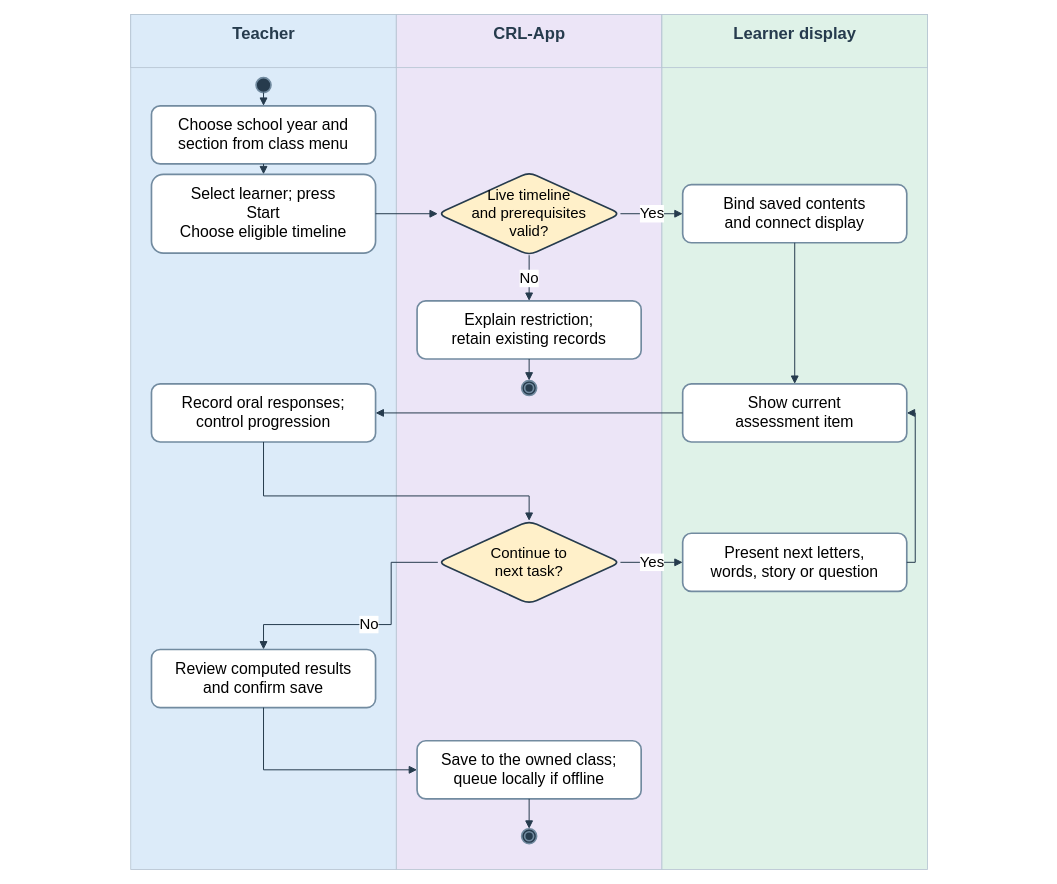
Above: docs/diagrams/class-workspaces/figure-08-assessment.drawio in AkuSayangKamuJudaSayang/crl-app (draw.io), before the change. Source tidied: cells renumbered, new cells numbered last; positions are measured from the earlier drawing's top-left corner, leaving out a move shared by most shapes. Both pictures are drawn from the tidied source at 83%, with x=0, y=0 at pixel (14, 14).
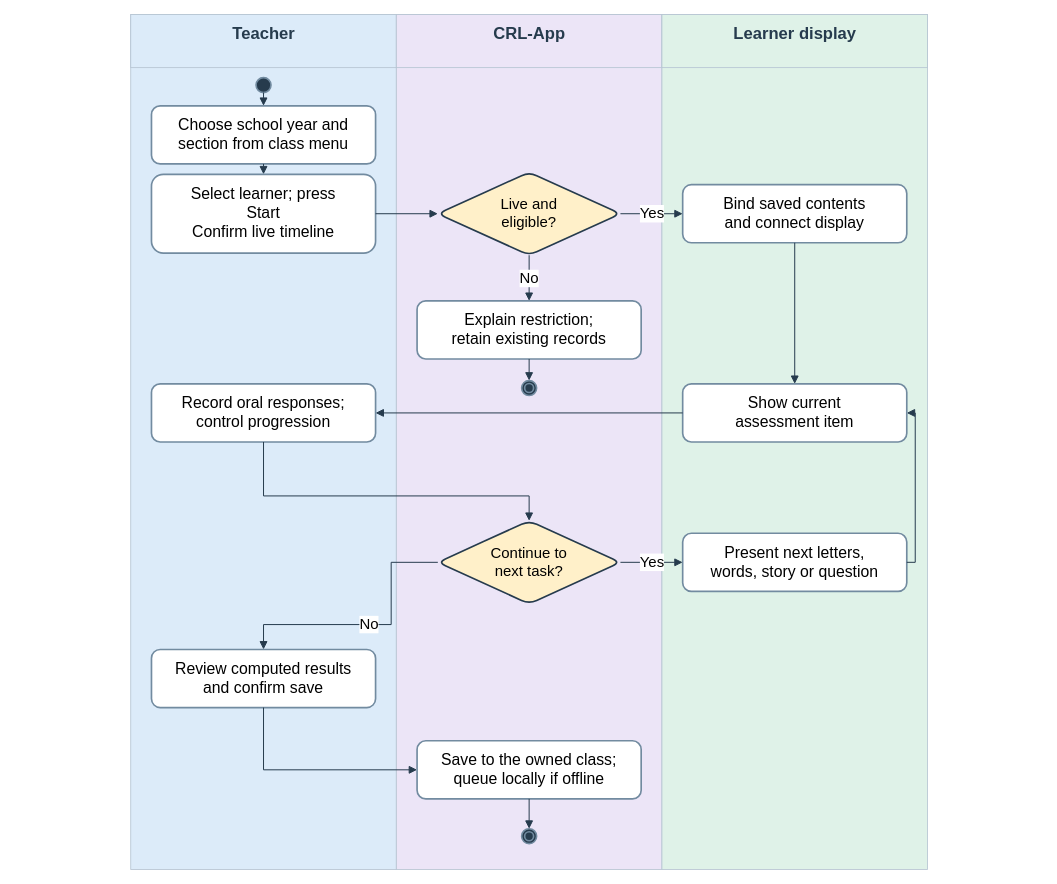
The same diagram, later.

The edit, as a diff of the source:
```diff
@@
-    <mxCell id="13" value="Select learner; press&lt;br&gt;Start&lt;br&gt;Choose eligible timeline" style="rounded=1;whiteSpace=wrap;html=1;fontFamily=Arial;fillColor=#ffffff;strokeColor=#728ba0;strokeWidth=2;fontSize=19;" parent="1" vertex="1">
+    <mxCell id="13" value="Select learner; press&lt;br&gt;Start&lt;br&gt;Confirm live timeline" style="rounded=1;whiteSpace=wrap;html=1;fontFamily=Arial;fillColor=#ffffff;strokeColor=#728ba0;strokeWidth=2;fontSize=19;" parent="1" vertex="1">
       <mxGeometry x="165" y="192.5" width="270" height="95" as="geometry" />
     </mxCell>
-    <mxCell id="14" value="Live timeline&lt;br&gt;and prerequisites&lt;br&gt;valid?" style="rounded=1;whiteSpace=wrap;html=1;fontFamily=Arial;fillColor=#ffffff;strokeColor=#728ba0;strokeWidth=2;fontSize=19;shape=rhombus;strokeColor=#263b4d;fillColor=#fff0c9;fontSize=18;" parent="1" vertex="1">
+    <mxCell id="14" value="Live and&lt;br&gt;eligible?" style="rounded=1;whiteSpace=wrap;html=1;fontFamily=Arial;fillColor=#ffffff;strokeColor=#728ba0;strokeWidth=2;fontSize=19;shape=rhombus;strokeColor=#263b4d;fillColor=#fff0c9;fontSize=18;" parent="1" vertex="1">
       <mxGeometry x="510" y="190" width="220" height="100" as="geometry" />
     </mxCell>
```
